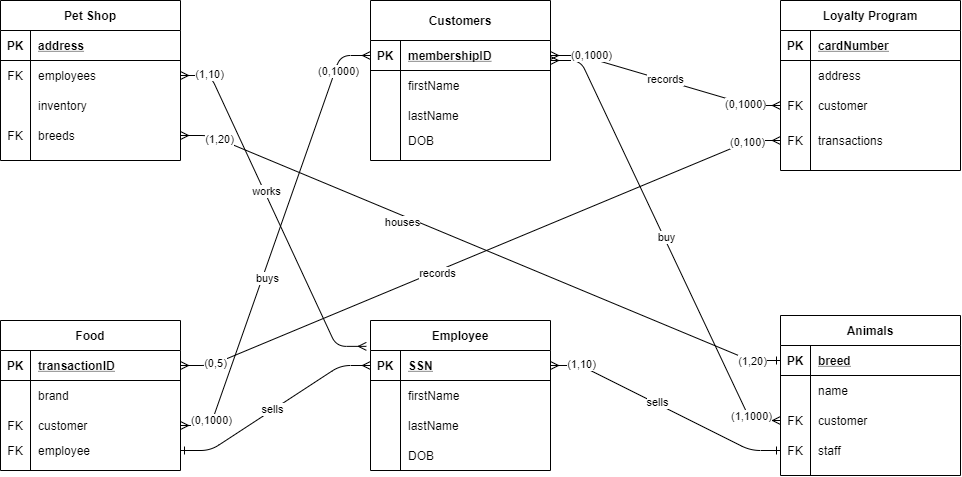
Earlier version of the draw.io export Images/Lab2 Diagram.png (NWG4735/IST-210). Source tidied: cells renumbered, new cells last; positions are measured from the earlier drawing's top-left corner, leaving out a move shared by most shapes.
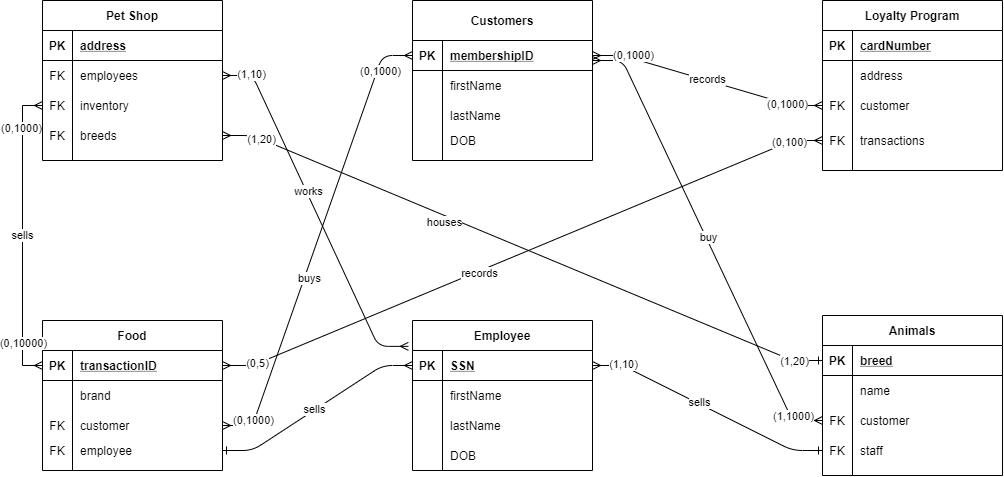
After the change.

Change to the diagram source:
```diff
@@ -26,7 +26,7 @@
     <mxCell id="9" style="shape=partialRectangle;fillColor=none;top=0;left=0;bottom=0;right=0;points=[[0,0.5],[1,0.5]];portConstraint=eastwest;" parent="2" vertex="1">
       <mxGeometry y="90" width="180" height="30" as="geometry" />
     </mxCell>
-    <mxCell id="10" style="shape=partialRectangle;fillColor=none;top=0;left=0;bottom=0;right=0;overflow=hidden;" parent="9" vertex="1">
+    <mxCell id="10" value="FK" style="shape=partialRectangle;fillColor=none;top=0;left=0;bottom=0;right=0;overflow=hidden;" parent="9" vertex="1">
       <mxGeometry width="30" height="30" as="geometry" />
     </mxCell>
     <mxCell id="11" value="inventory" style="shape=partialRectangle;fillColor=none;top=0;left=0;bottom=0;right=0;align=left;spacingLeft=6;overflow=hidden;" parent="9" vertex="1">
@@ -345,5 +345,18 @@
         <mxPoint y="1" as="offset" />
       </mxGeometry>
     </mxCell>
+    <mxCell id="107" value="sells" style="edgeStyle=orthogonalEdgeStyle;rounded=0;jettySize=auto;html=1;exitX=0;exitY=0.5;exitDx=0;exitDy=0;entryX=0;entryY=0.5;entryDx=0;entryDy=0;startArrow=ERmany;startFill=0;endArrow=ERmany;endFill=0;" parent="1" edge="1" source="9" target="29">
+      <mxGeometry relative="1" as="geometry" />
+    </mxCell>
+    <mxCell id="108" value="(0,1000)" style="edgeLabel;html=1;align=center;verticalAlign=middle;" parent="107" vertex="1">
+      <mxGeometry x="-0.72" y="-2" relative="1" as="geometry">
+        <mxPoint y="-1" as="offset" />
+      </mxGeometry>
+    </mxCell>
+    <mxCell id="109" value="(0,10000)" style="edgeLabel;html=1;align=center;verticalAlign=middle;" parent="107" vertex="1">
+      <mxGeometry x="0.72" relative="1" as="geometry">
+        <mxPoint y="-1" as="offset" />
+      </mxGeometry>
+    </mxCell>
   </root>
 </mxGraphModel>
```
